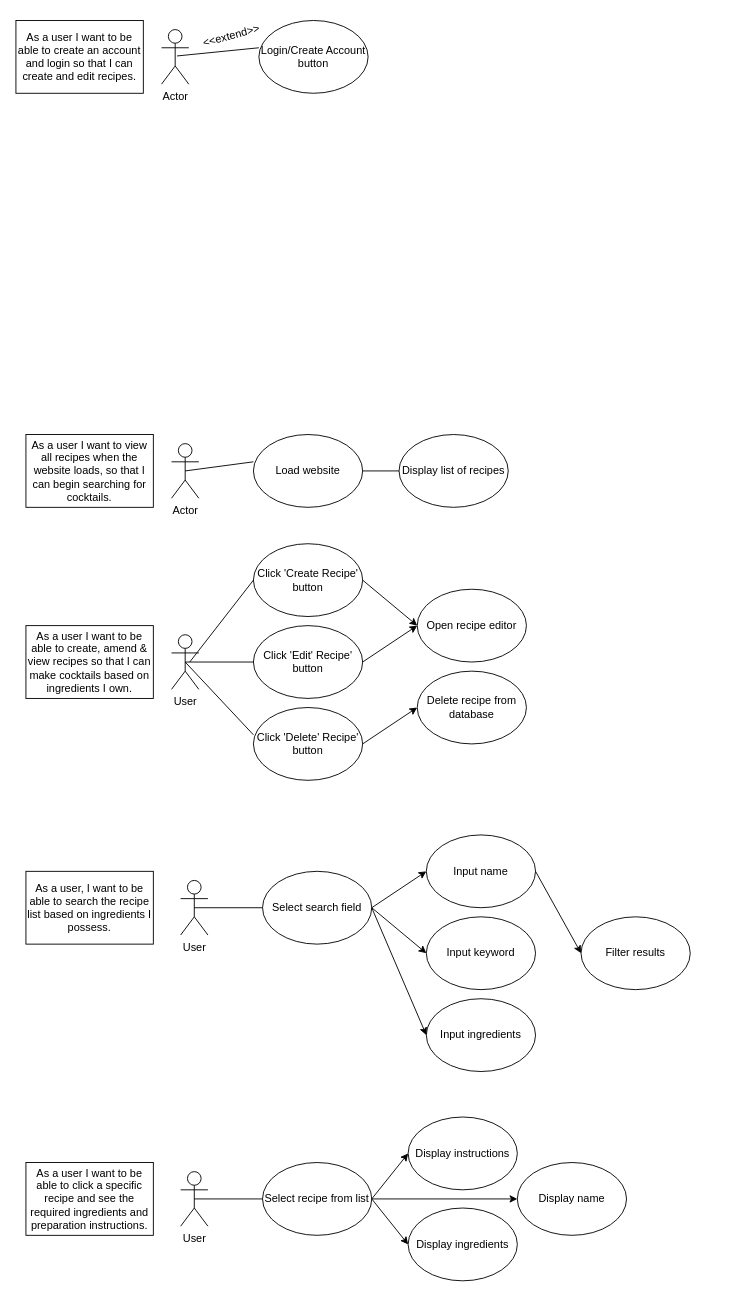
The draw.io diagram Other/UMLs.drawio in timbirtles/COMP1004-CocktailBook, before the edit. Source tidied: cells renumbered, new cells numbered last; positions are measured from the earlier drawing's top-left corner, leaving out a move shared by most shapes. Both pictures are drawn from the tidied source at 91%, with x=0, y=0 at pixel (15, 20).
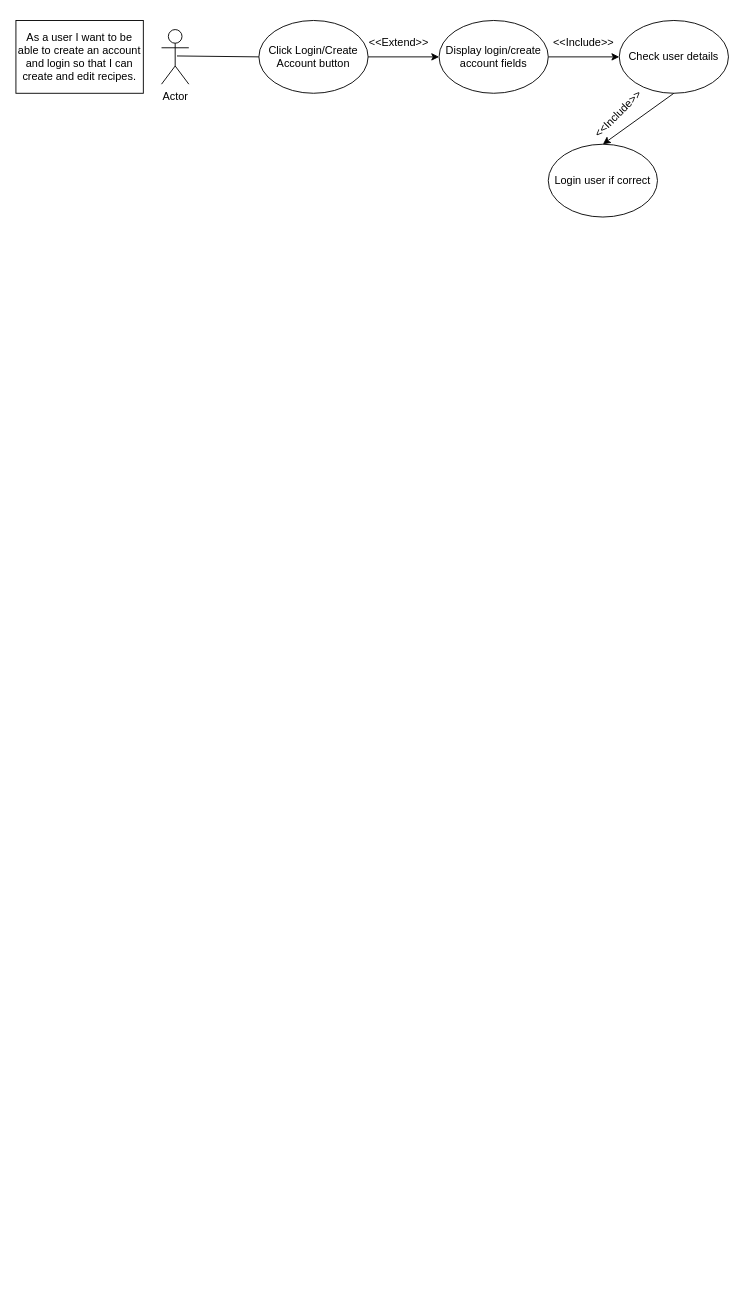
Above is the later version.

The edit, as a diff of the source:
```diff
@@
-    <mxCell id="2" value="As a user I want to view all recipes when the website loads, so that I can begin searching for cocktails." style="rounded=0;whiteSpace=wrap;html=1;" parent="1" vertex="1">
-      <mxGeometry x="11" y="455" width="140" height="80" as="geometry" />
-    </mxCell>
-    <mxCell id="3" value="Actor" style="shape=umlActor;verticalLabelPosition=bottom;verticalAlign=top;html=1;outlineConnect=0;" parent="1" vertex="1">
-      <mxGeometry x="171" y="465" width="30" height="60" as="geometry" />
-    </mxCell>
-    <mxCell id="4" value="As a user I want to be able to create, amend &amp;amp; view recipes so that I can make cocktails based on ingredients I own." style="rounded=0;whiteSpace=wrap;html=1;" parent="1" vertex="1">
-      <mxGeometry x="11" y="665" width="140" height="80" as="geometry" />
-    </mxCell>
-    <mxCell id="5" value="User" style="shape=umlActor;verticalLabelPosition=bottom;verticalAlign=top;html=1;outlineConnect=0;" parent="1" vertex="1">
-      <mxGeometry x="171" y="675" width="30" height="60" as="geometry" />
-    </mxCell>
-    <mxCell id="6" value="Click 'Edit' Recipe' button" style="ellipse;whiteSpace=wrap;html=1;" parent="1" vertex="1">
-      <mxGeometry x="261" y="665" width="120" height="80" as="geometry" />
-    </mxCell>
-    <mxCell id="7" value="Open recipe editor" style="ellipse;whiteSpace=wrap;html=1;" parent="1" vertex="1">
-      <mxGeometry x="441" y="625" width="120" height="80" as="geometry" />
-    </mxCell>
-    <mxCell id="8" value="Click 'Create Recipe' button" style="ellipse;whiteSpace=wrap;html=1;" parent="1" vertex="1">
-      <mxGeometry x="261" y="575" width="120" height="80" as="geometry" />
-    </mxCell>
-    <mxCell id="9" value="Click 'Delete' Recipe' button" style="ellipse;whiteSpace=wrap;html=1;" parent="1" vertex="1">
-      <mxGeometry x="261" y="755" width="120" height="80" as="geometry" />
-    </mxCell>
-    <mxCell id="10" value="Delete recipe from database" style="ellipse;whiteSpace=wrap;html=1;" parent="1" vertex="1">
-      <mxGeometry x="441" y="715" width="120" height="80" as="geometry" />
-    </mxCell>
-    <mxCell id="11" style="endArrow=classic;html=1;rounded=0;entryX=0;entryY=0.5;entryDx=0;entryDy=0;exitX=1;exitY=0.5;exitDx=0;exitDy=0;" parent="1" edge="1" source="8" target="7">
-      <mxGeometry relative="1" as="geometry" />
-    </mxCell>
-    <mxCell id="12" style="endArrow=classic;html=1;rounded=0;exitX=1;exitY=0.5;exitDx=0;exitDy=0;" parent="1" edge="1" source="6">
-      <mxGeometry relative="1" as="geometry">
-        <mxPoint x="441" y="665" as="targetPoint" />
-      </mxGeometry>
-    </mxCell>
-    <mxCell id="13" style="endArrow=classic;html=1;rounded=0;exitX=1;exitY=0.5;exitDx=0;exitDy=0;entryX=0;entryY=0.5;entryDx=0;entryDy=0;" parent="1" edge="1" source="9" target="10">
-      <mxGeometry relative="1" as="geometry" />
-    </mxCell>
-    <mxCell id="14" style="endArrow=none;html=1;rounded=0;entryX=0;entryY=0.5;entryDx=0;entryDy=0;" parent="1" edge="1" target="8">
-      <mxGeometry relative="1" as="geometry">
-        <mxPoint x="191" y="705" as="sourcePoint" />
-      </mxGeometry>
-    </mxCell>
-    <mxCell id="15" style="endArrow=none;html=1;rounded=0;exitX=0.5;exitY=0.5;exitDx=0;exitDy=0;exitPerimeter=0;entryX=0;entryY=0.5;entryDx=0;entryDy=0;" parent="1" edge="1" source="5" target="6">
-      <mxGeometry relative="1" as="geometry" />
-    </mxCell>
-    <mxCell id="16" style="endArrow=none;html=1;rounded=0;exitX=0.5;exitY=0.5;exitDx=0;exitDy=0;exitPerimeter=0;entryX=0;entryY=0.375;entryDx=0;entryDy=0;entryPerimeter=0;" parent="1" edge="1" source="5" target="9">
-      <mxGeometry relative="1" as="geometry" />
-    </mxCell>
-    <mxCell id="17" value="As a user, I want to be able to search the recipe list based on ingredients I possess." style="rounded=0;whiteSpace=wrap;html=1;" parent="1" vertex="1">
-      <mxGeometry x="11" y="935" width="140" height="80" as="geometry" />
-    </mxCell>
-    <mxCell id="18" value="Load website" style="ellipse;whiteSpace=wrap;html=1;" parent="1" vertex="1">
-      <mxGeometry x="261" y="455" width="120" height="80" as="geometry" />
-    </mxCell>
-    <mxCell id="19" value="Display list of recipes" style="ellipse;whiteSpace=wrap;html=1;" parent="1" vertex="1">
-      <mxGeometry x="421" y="455" width="120" height="80" as="geometry" />
-    </mxCell>
-    <mxCell id="20" style="endArrow=none;html=1;rounded=0;entryX=0;entryY=0.5;entryDx=0;entryDy=0;exitX=0.5;exitY=0.5;exitDx=0;exitDy=0;exitPerimeter=0;" parent="1" edge="1" source="3">
-      <mxGeometry relative="1" as="geometry">
-        <mxPoint x="261" y="485" as="targetPoint" />
-      </mxGeometry>
-    </mxCell>
-    <mxCell id="21" style="endArrow=none;html=1;rounded=0;exitX=1;exitY=0.5;exitDx=0;exitDy=0;" parent="1" edge="1" source="18">
-      <mxGeometry relative="1" as="geometry">
-        <mxPoint x="421" y="495" as="targetPoint" />
-      </mxGeometry>
-    </mxCell>
-    <mxCell id="22" value="User" style="shape=umlActor;verticalLabelPosition=bottom;verticalAlign=top;html=1;outlineConnect=0;" parent="1" vertex="1">
-      <mxGeometry x="181" y="945" width="30" height="60" as="geometry" />
-    </mxCell>
-    <mxCell id="23" value="Select search field" style="ellipse;whiteSpace=wrap;html=1;" parent="1" vertex="1">
-      <mxGeometry x="271" y="935" width="120" height="80" as="geometry" />
-    </mxCell>
-    <mxCell id="24" value="Input name" style="ellipse;whiteSpace=wrap;html=1;" parent="1" vertex="1">
-      <mxGeometry x="451" y="895" width="120" height="80" as="geometry" />
-    </mxCell>
-    <mxCell id="25" value="Input keyword" style="ellipse;whiteSpace=wrap;html=1;" parent="1" vertex="1">
-      <mxGeometry x="451" y="985" width="120" height="80" as="geometry" />
-    </mxCell>
-    <mxCell id="26" style="endArrow=classic;html=1;rounded=0;exitX=1;exitY=0.5;exitDx=0;exitDy=0;" parent="1" edge="1" source="23">
-      <mxGeometry relative="1" as="geometry">
-        <mxPoint x="451" y="935" as="targetPoint" />
-      </mxGeometry>
-    </mxCell>
-    <mxCell id="27" style="endArrow=none;html=1;rounded=0;exitX=0.5;exitY=0.5;exitDx=0;exitDy=0;exitPerimeter=0;entryX=0;entryY=0.5;entryDx=0;entryDy=0;" parent="1" edge="1" source="22" target="23">
-      <mxGeometry relative="1" as="geometry" />
-    </mxCell>
-    <mxCell id="28" value="Input ingredients" style="ellipse;whiteSpace=wrap;html=1;" parent="1" vertex="1">
-      <mxGeometry x="451" y="1075" width="120" height="80" as="geometry" />
-    </mxCell>
-    <mxCell id="29" style="endArrow=classic;html=1;rounded=0;exitX=1;exitY=0.5;exitDx=0;exitDy=0;entryX=0;entryY=0.5;entryDx=0;entryDy=0;" parent="1" edge="1" source="23" target="25">
-      <mxGeometry relative="1" as="geometry" />
-    </mxCell>
-    <mxCell id="30" style="endArrow=classic;html=1;rounded=0;exitX=1;exitY=0.5;exitDx=0;exitDy=0;entryX=0;entryY=0.5;entryDx=0;entryDy=0;" parent="1" edge="1" source="23" target="28">
-      <mxGeometry relative="1" as="geometry" />
-    </mxCell>
-    <mxCell id="31" value="Filter results" style="ellipse;whiteSpace=wrap;html=1;" parent="1" vertex="1">
-      <mxGeometry x="621" y="985" width="120" height="80" as="geometry" />
-    </mxCell>
-    <mxCell id="32" style="endArrow=classic;html=1;rounded=0;exitX=1;exitY=0.5;exitDx=0;exitDy=0;entryX=0;entryY=0.5;entryDx=0;entryDy=0;" parent="1" edge="1" target="31">
-      <mxGeometry relative="1" as="geometry">
-        <mxPoint x="571" y="935" as="sourcePoint" />
-      </mxGeometry>
-    </mxCell>
-    <mxCell id="33" value="As a user I want to be able to click a specific recipe and see the required ingredients and preparation instructions." style="rounded=0;whiteSpace=wrap;html=1;" parent="1" vertex="1">
-      <mxGeometry x="11" y="1255" width="140" height="80" as="geometry" />
-    </mxCell>
-    <mxCell id="34" value="Select recipe from list" style="ellipse;whiteSpace=wrap;html=1;" parent="1" vertex="1">
-      <mxGeometry x="271" y="1255" width="120" height="80" as="geometry" />
-    </mxCell>
-    <mxCell id="35" value="Display name" style="ellipse;whiteSpace=wrap;html=1;" parent="1" vertex="1">
-      <mxGeometry x="551" y="1255" width="120" height="80" as="geometry" />
-    </mxCell>
-    <mxCell id="36" style="endArrow=classic;html=1;rounded=0;exitX=1;exitY=0.5;exitDx=0;exitDy=0;entryX=0;entryY=0.5;entryDx=0;entryDy=0;" parent="1" edge="1" source="34" target="41">
-      <mxGeometry relative="1" as="geometry" />
-    </mxCell>
-    <mxCell id="37" style="endArrow=none;html=1;rounded=0;exitX=0.5;exitY=0.5;exitDx=0;exitDy=0;exitPerimeter=0;entryX=0;entryY=0.5;entryDx=0;entryDy=0;" parent="1" edge="1" target="34">
-      <mxGeometry relative="1" as="geometry">
-        <mxPoint x="196" y="1295" as="sourcePoint" />
-      </mxGeometry>
-    </mxCell>
-    <mxCell id="38" style="endArrow=classic;html=1;rounded=0;exitX=1;exitY=0.5;exitDx=0;exitDy=0;entryX=0;entryY=0.5;entryDx=0;entryDy=0;" parent="1" edge="1" source="34" target="35">
-      <mxGeometry relative="1" as="geometry" />
-    </mxCell>
-    <mxCell id="39" style="endArrow=classic;html=1;rounded=0;exitX=1;exitY=0.5;exitDx=0;exitDy=0;entryX=0;entryY=0.5;entryDx=0;entryDy=0;" parent="1" edge="1" source="34" target="40">
-      <mxGeometry relative="1" as="geometry" />
-    </mxCell>
-    <mxCell id="40" value="Display ingredients" style="ellipse;whiteSpace=wrap;html=1;" parent="1" vertex="1">
-      <mxGeometry x="431" y="1305" width="120" height="80" as="geometry" />
-    </mxCell>
-    <mxCell id="41" value="Display instructions" style="ellipse;whiteSpace=wrap;html=1;" parent="1" vertex="1">
-      <mxGeometry x="431" y="1205" width="120" height="80" as="geometry" />
-    </mxCell>
-    <mxCell id="42" value="User" style="shape=umlActor;verticalLabelPosition=bottom;verticalAlign=top;html=1;" parent="1" vertex="1">
-      <mxGeometry x="181" y="1265" width="30" height="60" as="geometry" />
-    </mxCell>
@@
-    <mxCell id="45" value="Login/Create Account button" style="ellipse;whiteSpace=wrap;html=1;" parent="1" vertex="1">
+    <mxCell id="45" value="Click Login/Create Account button" style="ellipse;whiteSpace=wrap;html=1;" parent="1" vertex="1">
       <mxGeometry x="267" width="120" height="80" as="geometry" />
     </mxCell>
-    <mxCell id="46" style="endArrow=none;html=1;rounded=0;entryX=0;entryY=0.375;entryDx=0;entryDy=0;entryPerimeter=0;" parent="1" edge="1" target="45">
+    <mxCell id="46" style="endArrow=none;html=1;rounded=0;entryX=0;entryY=0.5;entryDx=0;entryDy=0;" parent="1" edge="1" target="45">
       <mxGeometry relative="1" as="geometry">
         <mxPoint x="177" y="39" as="sourcePoint" />
       </mxGeometry>
     </mxCell>
-    <mxCell id="47" value="&amp;lt;&amp;lt;extend&amp;gt;&amp;gt;" style="text;html=1;align=center;verticalAlign=middle;whiteSpace=wrap;rounded=0;rotation=-15;" parent="1" vertex="1">
-      <mxGeometry x="207" y="2" width="60" height="30" as="geometry" />
+    <mxCell id="47" value="&amp;lt;&amp;lt;Extend&amp;gt;&amp;gt;" style="text;html=1;align=center;verticalAlign=middle;whiteSpace=wrap;rounded=0;rotation=0;" parent="1" vertex="1">
+      <mxGeometry x="391" y="10" width="60" height="30" as="geometry" />
     </mxCell>
+    <mxCell id="48" value="Check user details" style="ellipse;whiteSpace=wrap;html=1;" parent="1" vertex="1">
+      <mxGeometry x="663" width="120" height="80" as="geometry" />
+    </mxCell>
+    <mxCell id="49" style="endArrow=classic;html=1;rounded=0;entryX=0;entryY=0.5;entryDx=0;entryDy=0;exitX=1;exitY=0.5;exitDx=0;exitDy=0;" parent="1" edge="1" source="50" target="48">
+      <mxGeometry relative="1" as="geometry" />
+    </mxCell>
+    <mxCell id="50" value="Display login/create account fields" style="ellipse;whiteSpace=wrap;html=1;" parent="1" vertex="1">
+      <mxGeometry x="465" width="120" height="80" as="geometry" />
+    </mxCell>
+    <mxCell id="51" style="endArrow=classic;html=1;rounded=0;entryX=0;entryY=0.5;entryDx=0;entryDy=0;exitX=1;exitY=0.5;exitDx=0;exitDy=0;" parent="1" edge="1" source="45" target="50">
+      <mxGeometry relative="1" as="geometry" />
+    </mxCell>
+    <mxCell id="52" value="&amp;lt;&amp;lt;Include&amp;gt;&amp;gt;" style="text;html=1;align=center;verticalAlign=middle;whiteSpace=wrap;rounded=0;rotation=0;" parent="1" vertex="1">
+      <mxGeometry x="594" y="10" width="60" height="30" as="geometry" />
+    </mxCell>
+    <mxCell id="53" value="Login user if correct" style="ellipse;whiteSpace=wrap;html=1;" parent="1" vertex="1">
+      <mxGeometry x="585" y="136" width="120" height="80" as="geometry" />
+    </mxCell>
+    <mxCell id="54" style="endArrow=classic;html=1;rounded=0;exitX=0.5;exitY=1;exitDx=0;exitDy=0;entryX=0.5;entryY=0;entryDx=0;entryDy=0;" parent="1" edge="1" source="48" target="53">
+      <mxGeometry relative="1" as="geometry" />
+    </mxCell>
+    <mxCell id="55" value="&amp;lt;&amp;lt;Include&amp;gt;&amp;gt;" style="text;html=1;align=center;verticalAlign=middle;whiteSpace=wrap;rounded=0;rotation=-45;" parent="1" vertex="1">
+      <mxGeometry x="632" y="88" width="60" height="30" as="geometry" />
+    </mxCell>
```
